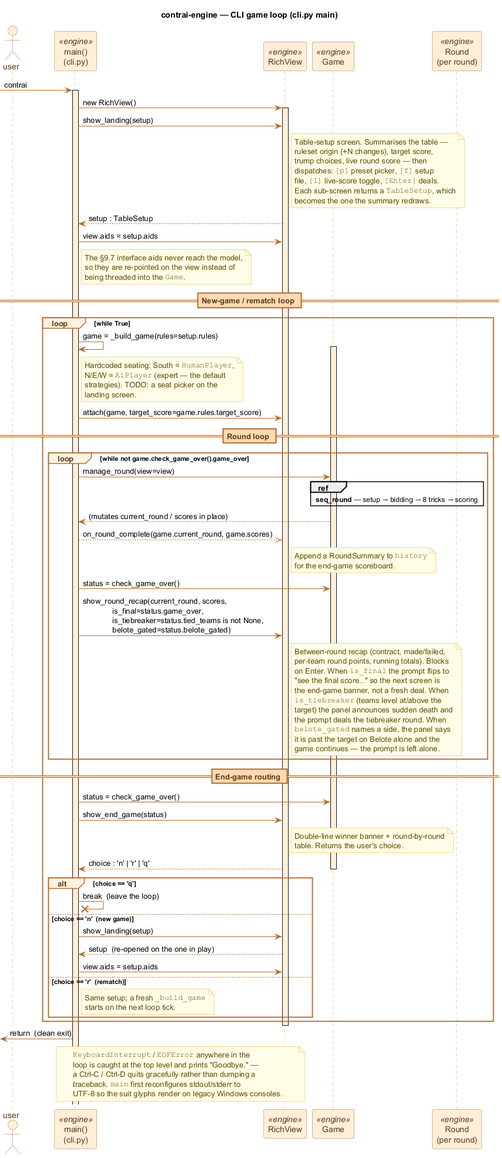
Above: docs/diagrams/seq_cli.png in valmathieu/ContrAI (PlantUML), before the change.
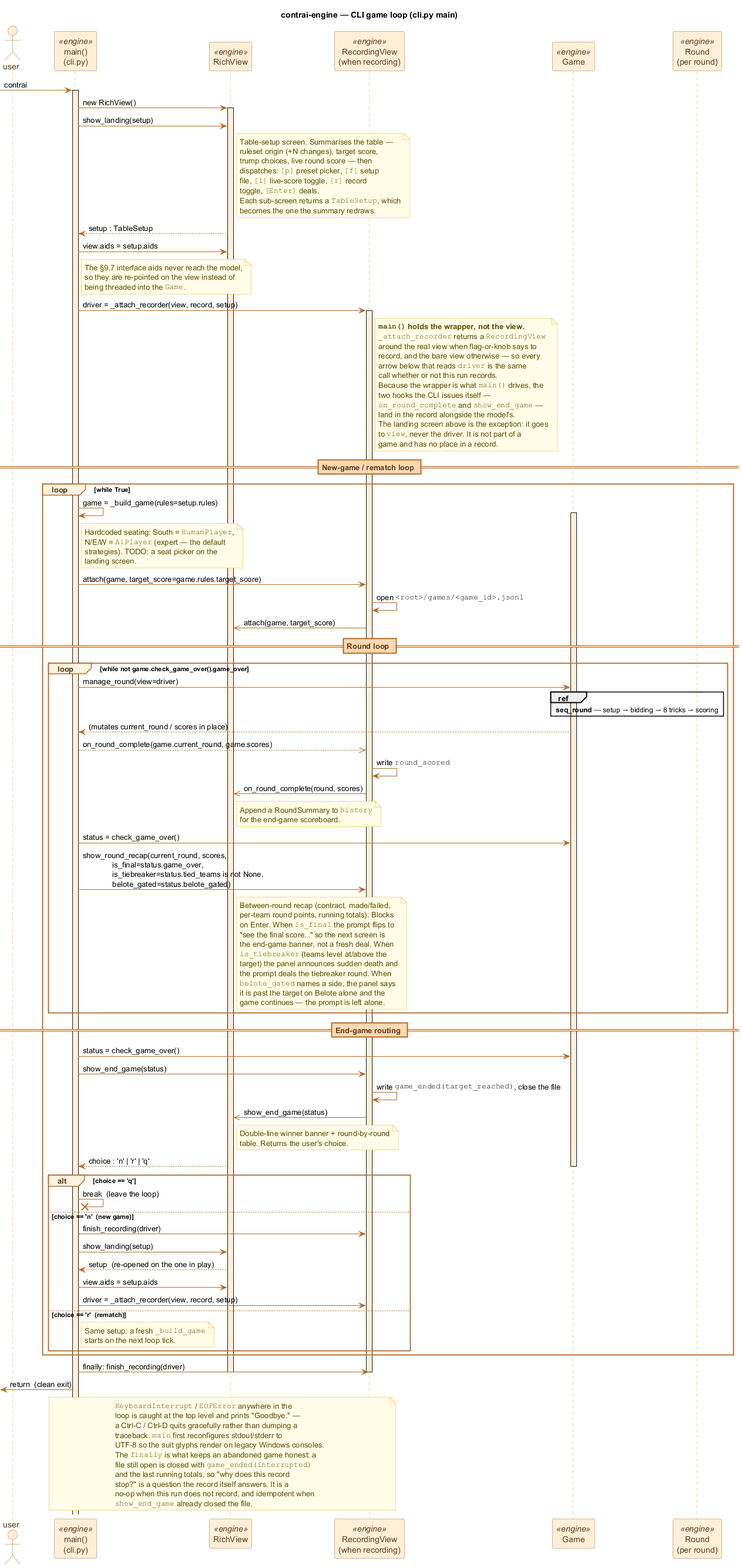
The same diagram one commit later.

Commit message:
docs: diagram the recording wrapper and the tournament preset

What changed in the source:
```diff
@@ -30,6 +30,7 @@
 actor "user" as U
 participant "main()\n(cli.py)" as M <<engine>>
 participant "RichView" as V <<engine>>
+participant "RecordingView\n(when recording)" as D <<engine>>
 participant "Game" as G <<engine>>
 participant "Round\n(per round)" as R <<engine>>
 
@@ -44,7 +45,8 @@
   ruleset origin (+N changes), target score,
   trump choices, live round score — then
   dispatches: ""[p]"" preset picker, ""[f]"" setup
-  file, ""[l]"" live-score toggle, ""[Enter]"" deals.
+  file, ""[l]"" live-score toggle, ""[r]"" record
+  toggle, ""[Enter]"" deals.
   Each sub-screen returns a ""TableSetup"", which
   becomes the one the summary redraws.
 end note
@@ -54,6 +56,24 @@
   The §9.7 interface aids never reach the model,
   so they are re-pointed on the view instead of
   being threaded into the ""Game"".
+end note
+
+M -> D : driver = _attach_recorder(view, record, setup)
+activate D
+note right of D
+  **""main()"" holds the wrapper, not the view.**
+  ""_attach_recorder"" returns a ""RecordingView""
+  around the real view when flag-or-knob says to
+  record, and the bare view otherwise — so every
+  arrow below that reads ""driver"" is the same
+  call whether or not this run records.
+  Because the wrapper is what ""main()"" drives, the
+  two hooks the CLI issues itself —
+  ""on~_round~_complete"" and ""show~_end~_game"" —
+  land in the record alongside the model's.
+  The landing screen above is the exception: it goes
+  to ""view"", never the driver. It is not part of a
+  game and has no place in a record.
 end note
 
 == New-game / rematch loop ==
@@ -67,23 +87,27 @@
       strategies). TODO: a seat picker on the
       landing screen.
     end note
-    M -> V : attach(game, target_score=game.rules.target~_score)
+    M -> D : attach(game, target_score=game.rules.target~_score)
+    D -> D : open ""<root>/games/<game~_id>.jsonl""
+    D ->> V : attach(game, target~_score)
 
     == Round loop ==
 
     loop while not game.check_game_over().game_over
-        M -> G : manage_round(view=view)
+        M -> G : manage_round(view=driver)
         ref over G, R : **seq_round** — setup → bidding → 8 tricks → scoring
         G --> M : (mutates current_round / scores in place)
 
-        M -->> V : on_round_complete(game.current_round, game.scores)
+        M -->> D : on_round_complete(game.current_round, game.scores)
+        D -> D : write ""round~_scored""
+        D ->> V : on_round_complete(round, scores)
         note right of V
           Append a RoundSummary to ""history""
           for the end-game scoreboard.
         end note
 
         M -> G : status = check_game_over()
-        M -> V : show_round_recap(current_round, scores,\n              is_final=status.game_over,\n              is_tiebreaker=status.tied_teams is not None,\n              belote_gated=status.belote_gated)
+        M -> D : show_round_recap(current_round, scores,\n              is_final=status.game_over,\n              is_tiebreaker=status.tied_teams is not None,\n              belote_gated=status.belote_gated)
         note right of V
           Between-round recap (contract, made/failed,
           per-team round points, running totals). Blocks
@@ -102,7 +126,9 @@
     == End-game routing ==
 
     M -> G : status = check_game_over()
-    M -> V : show_end_game(status)
+    M -> D : show_end_game(status)
+    D -> D : write ""game~_ended(target~_reached)"", close the file
+    D ->> V : show_end_game(status)
     note right of V
       Double-line winner banner + round-by-round
       table. Returns the user's choice.
@@ -113,9 +139,11 @@
     alt choice == 'q'
         M ->x M : break  (leave the loop)
     else choice == 'n'  (new game)
+        M -> D : finish_recording(driver)
         M -> V : show_landing(setup)
         V --> M : setup  (re-opened on the one in play)
         M -> V : view.aids = setup.aids
+        M -> D : driver = _attach_recorder(view, record, setup)
     else choice == 'r'  (rematch)
         note right of M
           Same setup; a fresh ""_build_game""
@@ -124,15 +152,23 @@
     end
 end
 
+M -> D : finally: finish_recording(driver)
+deactivate D
 deactivate V
 [<- M : return  (clean exit)
 
-note over M, V
+note over M, D
   ""KeyboardInterrupt"" / ""EOFError"" anywhere in the
   loop is caught at the top level and prints "Goodbye." —
   a Ctrl-C / Ctrl-D quits gracefully rather than dumping a
   traceback. ""main"" first reconfigures stdout/stderr to
   UTF-8 so the suit glyphs render on legacy Windows consoles.
+  The ""finally"" is what keeps an abandoned game honest: a
+  file still open is closed with ""game~_ended(interrupted)""
+  and the last running totals, so "why does this record
+  stop?" is a question the record itself answers. It is a
+  no-op when this run does not record, and idempotent when
+  ""show~_end~_game"" already closed the file.
 end note
 
 @enduml
```
